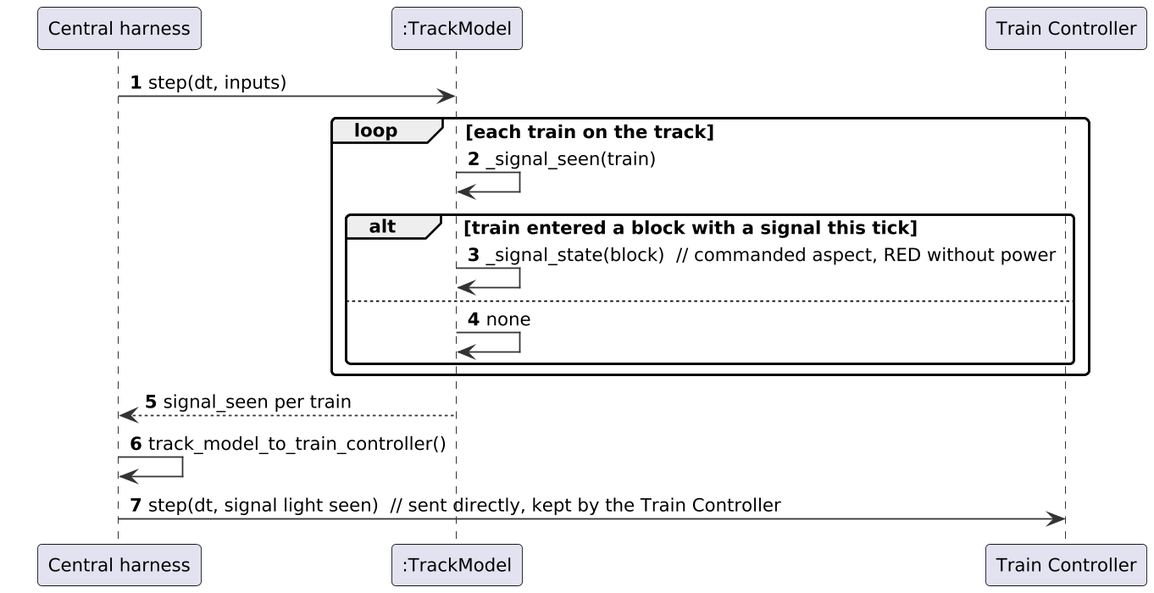
This is documents/uml/track_model/sd09_signalseen.png from Landiss04/Track-Overflow, a PlantUML export, as it was before one commit. Source of this version:
```plantuml
@startuml
skinparam shadowing false
skinparam dpi 170
skinparam defaultFontName DejaVu Sans
skinparam defaultFontSize 12
skinparam roundCorner 6
skinparam ArrowColor #333333
skinparam BackgroundColor white
skinparam sequenceMessageAlign left
skinparam ParticipantPadding 20
autonumber
participant "Central harness" as H
participant ":TrackModel" as TM
participant "Train Controller" as TC
H -> TM : step(dt, inputs)
loop each train on the track
  TM -> TM : _signal_seen(train)
  alt train entered a block with a signal this tick
    TM -> TM : _signal_state(block)  // commanded aspect, RED without power
  else
    TM -> TM : none
  end
end
TM --> H : signal_seen per train
H -> H : track_model_to_train_controller()
H -> TC : step(dt, signal light seen)  // sent directly, kept by the Train Controller
@enduml
```
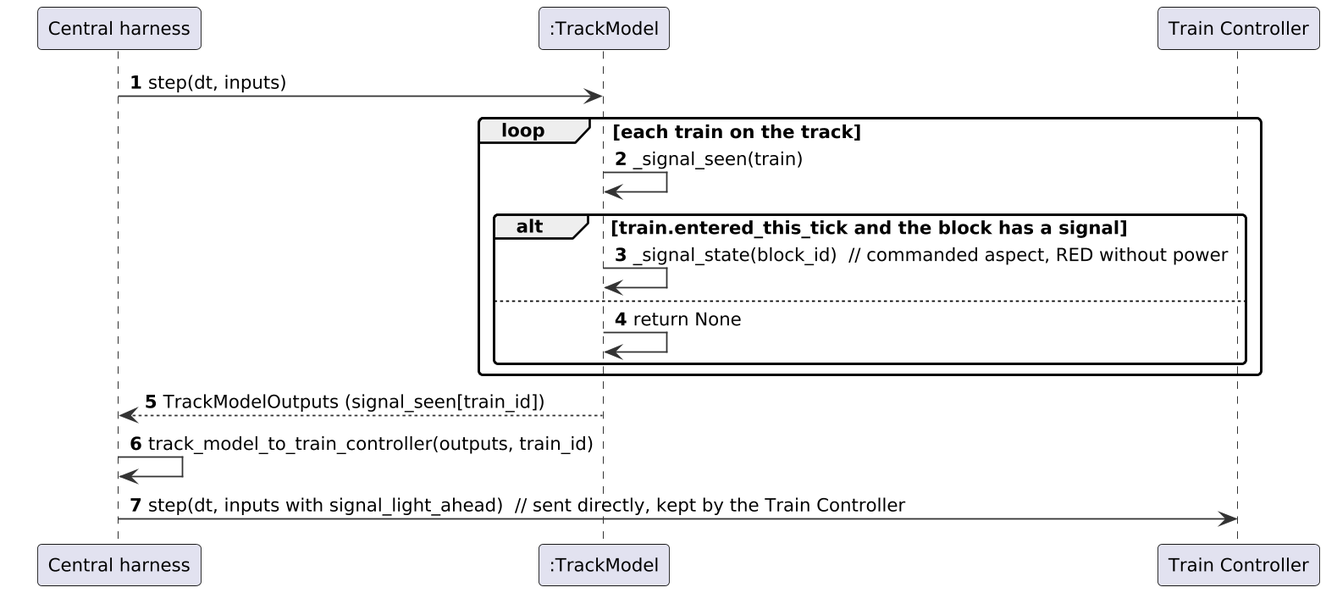
After the change.

What changed in the source:
```diff
@@ -15,13 +15,13 @@
 H -> TM : step(dt, inputs)
 loop each train on the track
   TM -> TM : _signal_seen(train)
-  alt train entered a block with a signal this tick
-    TM -> TM : _signal_state(block)  // commanded aspect, RED without power
+  alt train.entered_this_tick and the block has a signal
+    TM -> TM : _signal_state(block_id)  // commanded aspect, RED without power
   else
-    TM -> TM : none
+    TM -> TM : return None
   end
 end
-TM --> H : signal_seen per train
-H -> H : track_model_to_train_controller()
-H -> TC : step(dt, signal light seen)  // sent directly, kept by the Train Controller
+TM --> H : TrackModelOutputs (signal_seen[train_id])
+H -> H : track_model_to_train_controller(outputs, train_id)
+H -> TC : step(dt, inputs with signal_light_ahead)  // sent directly, kept by the Train Controller
 @enduml
```
